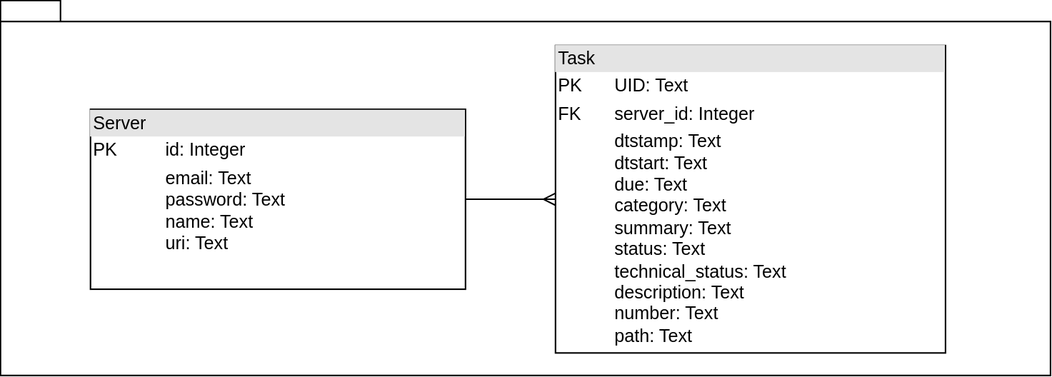
SUAI-TaskPlanner-Contest/TaskPlanner keeps this draw.io diagram as Documentation/DatabaseScheme/Images/db_scheme.svg. Above is the earlier version. Source tidied: cells renumbered, new cells last; positions are measured from the earlier drawing's top-left corner, leaving out a move shared by most shapes. Its diagram source:
```xml
<mxGraphModel>
  <root>
    <mxCell id="0" />
    <mxCell id="1" parent="0" />
    <mxCell id="2" style="shape=folder;fontStyle=1;spacingTop=10;tabWidth=40;tabHeight=14;tabPosition=left;html=1;" parent="1" vertex="1">
      <mxGeometry width="700" height="250" as="geometry" />
    </mxCell>
    <mxCell id="3" value="&lt;div style=&quot;box-sizing:border-box;width:100%;background:#e4e4e4;padding:2px;&quot;&gt;Server&lt;/div&gt;&lt;table style=&quot;width:100%;font-size:1em;&quot; cellpadding=&quot;2&quot; cellspacing=&quot;0&quot;&gt;&lt;tbody&gt;&lt;tr&gt;&lt;td&gt;PK&lt;/td&gt;&lt;td&gt;id: Integer&lt;/td&gt;&lt;/tr&gt;&lt;tr&gt;&lt;td&gt;&lt;/td&gt;&lt;td&gt;email: Text&lt;br style=&quot;border-color: var(--border-color);&quot;&gt;password: Text&lt;br style=&quot;border-color: var(--border-color);&quot;&gt;name: Text&lt;br style=&quot;border-color: var(--border-color);&quot;&gt;uri: Text&lt;br&gt;&lt;/td&gt;&lt;/tr&gt;&lt;tr&gt;&lt;td&gt;&lt;br&gt;&lt;/td&gt;&lt;td&gt;&lt;br&gt;&lt;/td&gt;&lt;/tr&gt;&lt;/tbody&gt;&lt;/table&gt;" style="verticalAlign=top;align=left;overflow=fill;html=1;" parent="1" vertex="1">
      <mxGeometry x="60" y="72.5" width="250" height="120" as="geometry" />
    </mxCell>
    <mxCell id="4" style="edgeStyle=entityRelationEdgeStyle;fontSize=12;html=1;endArrow=ERmany;rounded=0;exitX=1;exitY=0.5;exitDx=0;exitDy=0;entryX=0;entryY=0.5;entryDx=0;entryDy=0;" parent="1" edge="1" source="3" target="5">
      <mxGeometry relative="1" as="geometry" />
    </mxCell>
    <mxCell id="5" value="&lt;div style=&quot;box-sizing:border-box;width:100%;background:#e4e4e4;padding:2px;&quot;&gt;Task&lt;/div&gt;&lt;table style=&quot;width:100%;font-size:1em;&quot; cellpadding=&quot;2&quot; cellspacing=&quot;0&quot;&gt;&lt;tbody&gt;&lt;tr&gt;&lt;td&gt;PK&lt;/td&gt;&lt;td&gt;UID: Text&lt;/td&gt;&lt;/tr&gt;&lt;tr&gt;&lt;td&gt;FK&lt;/td&gt;&lt;td&gt;server_id: Integer&lt;br&gt;&lt;/td&gt;&lt;/tr&gt;&lt;tr&gt;&lt;td&gt;&lt;br&gt;&lt;/td&gt;&lt;td&gt;dtstamp: Text&lt;br&gt;dtstart: Text&lt;br&gt;due: Text&lt;br&gt;category: Text&lt;br&gt;summary: Text&lt;br&gt;status: Text&lt;br&gt;technical_status: Text&lt;br&gt;description: Text&lt;br&gt;number: Text&lt;br style=&quot;border-color: var(--border-color);&quot;&gt;path: Text&lt;br style=&quot;border-color: var(--border-color);&quot;&gt;&lt;br&gt;&lt;/td&gt;&lt;/tr&gt;&lt;/tbody&gt;&lt;/table&gt;" style="verticalAlign=top;align=left;overflow=fill;html=1;" parent="1" vertex="1">
      <mxGeometry x="370" y="30" width="260" height="205" as="geometry" />
    </mxCell>
  </root>
</mxGraphModel>
```
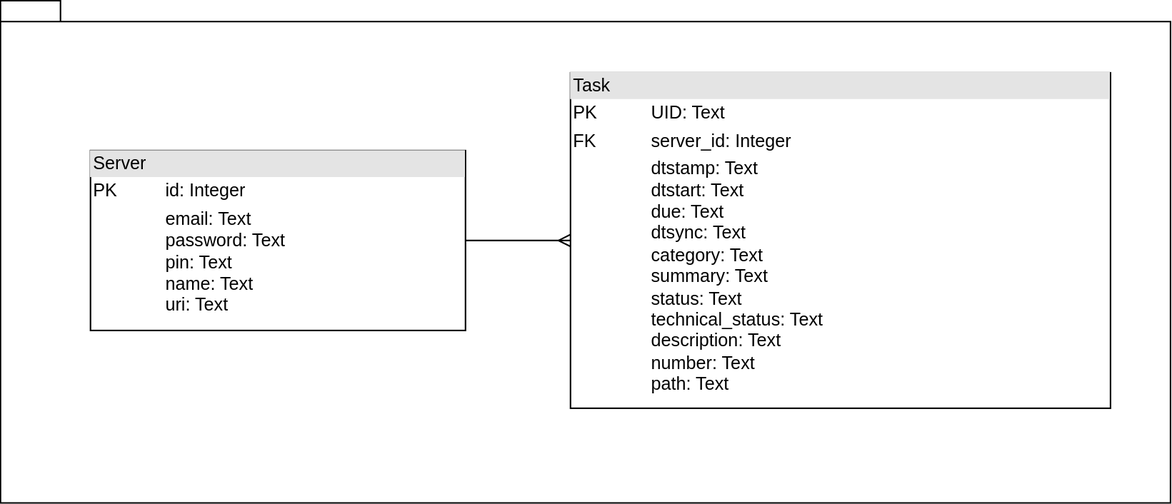
Above is the later version.

Commit message:
update database scheme

Diff of the diagram source:
```diff
@@ -3,16 +3,16 @@
     <mxCell id="0" />
     <mxCell id="1" parent="0" />
     <mxCell id="2" style="shape=folder;fontStyle=1;spacingTop=10;tabWidth=40;tabHeight=14;tabPosition=left;html=1;" parent="1" vertex="1">
-      <mxGeometry width="700" height="250" as="geometry" />
+      <mxGeometry y="-35" width="780" height="335" as="geometry" />
     </mxCell>
-    <mxCell id="3" value="&lt;div style=&quot;box-sizing:border-box;width:100%;background:#e4e4e4;padding:2px;&quot;&gt;Server&lt;/div&gt;&lt;table style=&quot;width:100%;font-size:1em;&quot; cellpadding=&quot;2&quot; cellspacing=&quot;0&quot;&gt;&lt;tbody&gt;&lt;tr&gt;&lt;td&gt;PK&lt;/td&gt;&lt;td&gt;id: Integer&lt;/td&gt;&lt;/tr&gt;&lt;tr&gt;&lt;td&gt;&lt;/td&gt;&lt;td&gt;email: Text&lt;br style=&quot;border-color: var(--border-color);&quot;&gt;password: Text&lt;br style=&quot;border-color: var(--border-color);&quot;&gt;name: Text&lt;br style=&quot;border-color: var(--border-color);&quot;&gt;uri: Text&lt;br&gt;&lt;/td&gt;&lt;/tr&gt;&lt;tr&gt;&lt;td&gt;&lt;br&gt;&lt;/td&gt;&lt;td&gt;&lt;br&gt;&lt;/td&gt;&lt;/tr&gt;&lt;/tbody&gt;&lt;/table&gt;" style="verticalAlign=top;align=left;overflow=fill;html=1;" parent="1" vertex="1">
-      <mxGeometry x="60" y="72.5" width="250" height="120" as="geometry" />
+    <mxCell id="3" value="&lt;div style=&quot;box-sizing:border-box;width:100%;background:#e4e4e4;padding:2px;&quot;&gt;Server&lt;/div&gt;&lt;table style=&quot;width:100%;font-size:1em;&quot; cellpadding=&quot;2&quot; cellspacing=&quot;0&quot;&gt;&lt;tbody&gt;&lt;tr&gt;&lt;td&gt;PK&lt;/td&gt;&lt;td&gt;id: Integer&lt;/td&gt;&lt;/tr&gt;&lt;tr&gt;&lt;td&gt;&lt;/td&gt;&lt;td&gt;email: Text&lt;br style=&quot;border-color: var(--border-color);&quot;&gt;password: Text&lt;br&gt;pin: Text&lt;br style=&quot;border-color: var(--border-color);&quot;&gt;name: Text&lt;br style=&quot;border-color: var(--border-color);&quot;&gt;uri: Text&lt;br&gt;&lt;/td&gt;&lt;/tr&gt;&lt;tr&gt;&lt;td&gt;&lt;br&gt;&lt;/td&gt;&lt;td&gt;&lt;br&gt;&lt;/td&gt;&lt;/tr&gt;&lt;/tbody&gt;&lt;/table&gt;" style="verticalAlign=top;align=left;overflow=fill;html=1;" parent="1" vertex="1">
+      <mxGeometry x="60" y="65" width="250" height="120" as="geometry" />
     </mxCell>
     <mxCell id="4" style="edgeStyle=entityRelationEdgeStyle;fontSize=12;html=1;endArrow=ERmany;rounded=0;exitX=1;exitY=0.5;exitDx=0;exitDy=0;entryX=0;entryY=0.5;entryDx=0;entryDy=0;" parent="1" edge="1" source="3" target="5">
       <mxGeometry relative="1" as="geometry" />
     </mxCell>
-    <mxCell id="5" value="&lt;div style=&quot;box-sizing:border-box;width:100%;background:#e4e4e4;padding:2px;&quot;&gt;Task&lt;/div&gt;&lt;table style=&quot;width:100%;font-size:1em;&quot; cellpadding=&quot;2&quot; cellspacing=&quot;0&quot;&gt;&lt;tbody&gt;&lt;tr&gt;&lt;td&gt;PK&lt;/td&gt;&lt;td&gt;UID: Text&lt;/td&gt;&lt;/tr&gt;&lt;tr&gt;&lt;td&gt;FK&lt;/td&gt;&lt;td&gt;server_id: Integer&lt;br&gt;&lt;/td&gt;&lt;/tr&gt;&lt;tr&gt;&lt;td&gt;&lt;br&gt;&lt;/td&gt;&lt;td&gt;dtstamp: Text&lt;br&gt;dtstart: Text&lt;br&gt;due: Text&lt;br&gt;category: Text&lt;br&gt;summary: Text&lt;br&gt;status: Text&lt;br&gt;technical_status: Text&lt;br&gt;description: Text&lt;br&gt;number: Text&lt;br style=&quot;border-color: var(--border-color);&quot;&gt;path: Text&lt;br style=&quot;border-color: var(--border-color);&quot;&gt;&lt;br&gt;&lt;/td&gt;&lt;/tr&gt;&lt;/tbody&gt;&lt;/table&gt;" style="verticalAlign=top;align=left;overflow=fill;html=1;" parent="1" vertex="1">
-      <mxGeometry x="370" y="30" width="260" height="205" as="geometry" />
+    <mxCell id="5" value="&lt;div style=&quot;box-sizing:border-box;width:100%;background:#e4e4e4;padding:2px;&quot;&gt;Task&lt;/div&gt;&lt;table style=&quot;width:100%;font-size:1em;&quot; cellpadding=&quot;2&quot; cellspacing=&quot;0&quot;&gt;&lt;tbody&gt;&lt;tr&gt;&lt;td&gt;PK&lt;/td&gt;&lt;td&gt;UID: Text&lt;/td&gt;&lt;/tr&gt;&lt;tr&gt;&lt;td&gt;FK&lt;/td&gt;&lt;td&gt;server_id: Integer&lt;br&gt;&lt;/td&gt;&lt;/tr&gt;&lt;tr&gt;&lt;td&gt;&lt;br&gt;&lt;/td&gt;&lt;td&gt;dtstamp: Text&lt;br&gt;dtstart: Text&lt;br&gt;due: Text&lt;br&gt;dtsync: Text&lt;br&gt;category: Text&lt;br&gt;summary: Text&lt;br&gt;status: Text&lt;br&gt;technical_status: Text&lt;br&gt;description: Text&lt;br&gt;number: Text&lt;br style=&quot;border-color: var(--border-color);&quot;&gt;path: Text&amp;nbsp;&lt;br style=&quot;border-color: var(--border-color);&quot;&gt;&lt;br&gt;&lt;/td&gt;&lt;/tr&gt;&lt;/tbody&gt;&lt;/table&gt;" style="verticalAlign=top;align=left;overflow=fill;html=1;" parent="1" vertex="1">
+      <mxGeometry x="380" y="13.1" width="360" height="223.8" as="geometry" />
     </mxCell>
   </root>
 </mxGraphModel>
```
